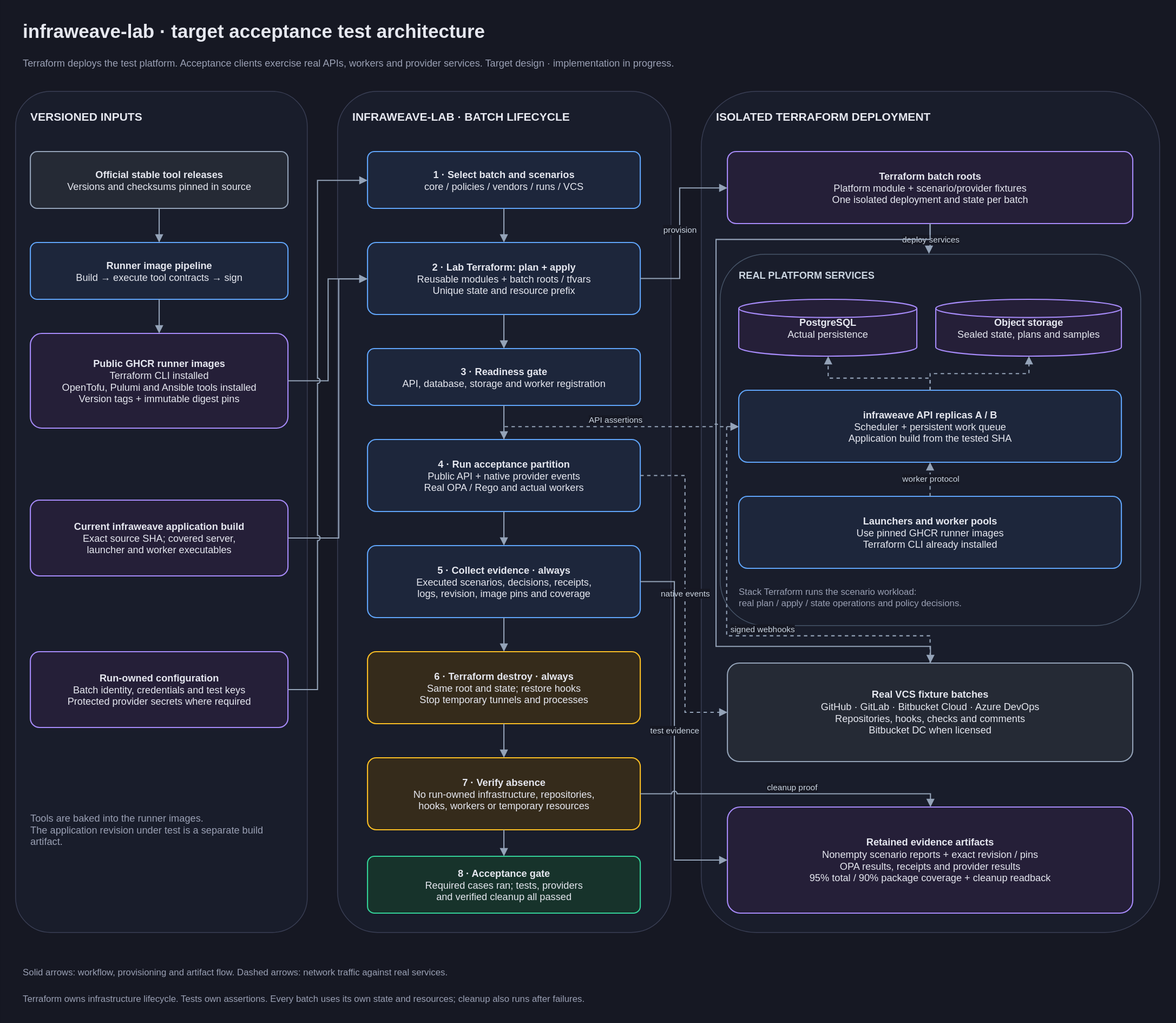
This is docs/diagrams/infraweave-lab-test-architecture.drawio.svg from weaveplatform/infraweave, a draw.io export, as it was before one commit. Source tidied: cells renumbered, new cells last; positions are measured from the earlier drawing's top-left corner, leaving out a move shared by most shapes.
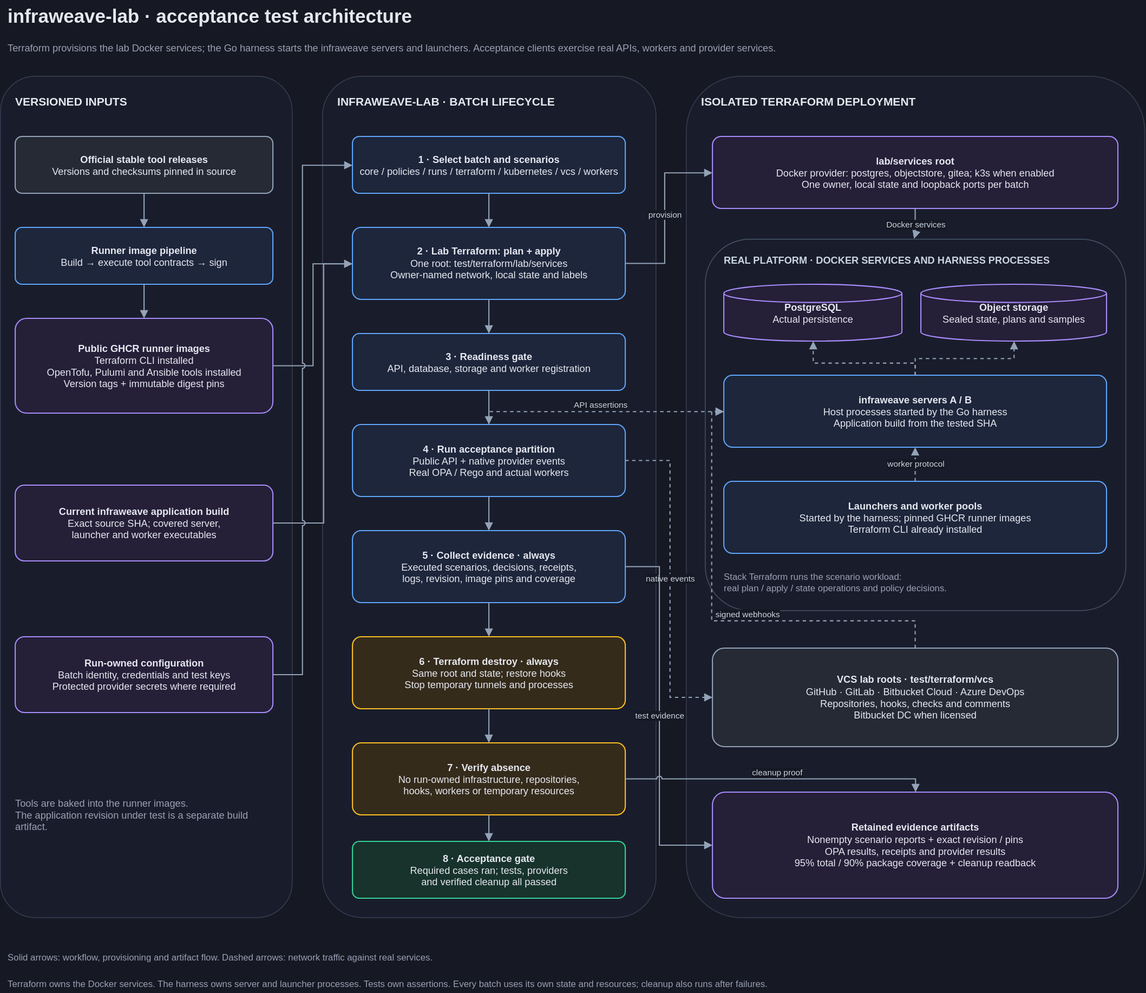
The same diagram one commit later.

Change to the diagram source:
```diff
@@ -2,10 +2,10 @@
   <root>
     <mxCell id="0" />
     <mxCell id="1" parent="0" />
-    <mxCell id="2" value="infraweave-lab · target acceptance test architecture" style="text;html=1;whiteSpace=wrap;fontFamily=Helvetica;fontSize=25;fontColor=#e6e8f0;align=left;verticalAlign=middle;spacing=0;fontStyle=1;" parent="1" vertex="1">
+    <mxCell id="2" value="infraweave-lab · acceptance test architecture" style="text;html=1;whiteSpace=wrap;fontFamily=Helvetica;fontSize=25;fontColor=#e6e8f0;align=left;verticalAlign=middle;spacing=0;fontStyle=1;" parent="1" vertex="1">
       <mxGeometry x="10" width="1450" height="40" as="geometry" />
     </mxCell>
-    <mxCell id="3" value="Terraform deploys the test platform. Acceptance clients exercise real APIs, workers and provider services. Target design · implementation in progress." style="text;html=1;whiteSpace=wrap;fontFamily=Helvetica;fontSize=13;fontColor=#9aa0b4;align=left;verticalAlign=middle;spacing=0;fontStyle=0;" parent="1" vertex="1">
+    <mxCell id="3" value="Terraform provisions the lab Docker services; the Go harness starts the infraweave servers and launchers. Acceptance clients exercise real APIs, workers and provider services." style="text;html=1;whiteSpace=wrap;fontFamily=Helvetica;fontSize=13;fontColor=#9aa0b4;align=left;verticalAlign=middle;spacing=0;fontStyle=0;" parent="1" vertex="1">
       <mxGeometry x="10" y="48" width="1450" height="30" as="geometry" />
     </mxCell>
     <mxCell id="4" style="rounded=1;arcSize=12;whiteSpace=wrap;html=1;fontFamily=Helvetica;fontSize=13;fontColor=#e6e8f0;strokeWidth=1.5;spacing=10;fillColor=#191d2b;strokeColor=#3a3f55;strokeWidth=1;" parent="1" vertex="1">
@@ -44,10 +44,10 @@
     <mxCell id="15" value="Tools are baked into the runner images.&lt;br&gt;The application revision under test is a separate build artifact." style="text;html=1;whiteSpace=wrap;fontFamily=Helvetica;fontSize=13;fontColor=#9aa0b4;align=left;verticalAlign=middle;spacing=0;fontStyle=0;" parent="1" vertex="1">
       <mxGeometry x="20" y="1030" width="340" height="90" as="geometry" />
     </mxCell>
-    <mxCell id="16" value="&lt;b&gt;1 · Select batch and scenarios&lt;/b&gt;&lt;br&gt;core / policies / vendors / runs / VCS" style="rounded=1;arcSize=12;whiteSpace=wrap;html=1;fontFamily=Helvetica;fontSize=13;fontColor=#e6e8f0;strokeWidth=1.5;spacing=10;fillColor=#1d263b;strokeColor=#60a5fa;" parent="1" vertex="1">
+    <mxCell id="16" value="&lt;b&gt;1 · Select batch and scenarios&lt;/b&gt;&lt;br&gt;core / policies / runs / terraform / kubernetes / vcs / workers" style="rounded=1;arcSize=12;whiteSpace=wrap;html=1;fontFamily=Helvetica;fontSize=13;fontColor=#e6e8f0;strokeWidth=1.5;spacing=10;fillColor=#1d263b;strokeColor=#60a5fa;" parent="1" vertex="1">
       <mxGeometry x="465" y="180" width="360" height="75" as="geometry" />
     </mxCell>
-    <mxCell id="17" value="&lt;b&gt;2 · Lab Terraform: plan + apply&lt;/b&gt;&lt;br&gt;Reusable modules + batch roots / tfvars&lt;br&gt;Unique state and resource prefix" style="rounded=1;arcSize=12;whiteSpace=wrap;html=1;fontFamily=Helvetica;fontSize=13;fontColor=#e6e8f0;strokeWidth=1.5;spacing=10;fillColor=#1d263b;strokeColor=#60a5fa;" parent="1" vertex="1">
+    <mxCell id="17" value="&lt;b&gt;2 · Lab Terraform: plan + apply&lt;/b&gt;&lt;br&gt;One root: test/terraform/lab/services&lt;br&gt;Owner-named network, local state and labels" style="rounded=1;arcSize=12;whiteSpace=wrap;html=1;fontFamily=Helvetica;fontSize=13;fontColor=#e6e8f0;strokeWidth=1.5;spacing=10;fillColor=#1d263b;strokeColor=#60a5fa;" parent="1" vertex="1">
       <mxGeometry x="465" y="300" width="360" height="95" as="geometry" />
     </mxCell>
     <mxCell id="18" value="&lt;b&gt;3 · Readiness gate&lt;/b&gt;&lt;br&gt;API, database, storage and worker registration" style="rounded=1;arcSize=12;whiteSpace=wrap;html=1;fontFamily=Helvetica;fontSize=13;fontColor=#e6e8f0;strokeWidth=1.5;spacing=10;fillColor=#1d263b;strokeColor=#60a5fa;" parent="1" vertex="1">
@@ -68,13 +68,13 @@
     <mxCell id="23" value="&lt;b&gt;8 · Acceptance gate&lt;/b&gt;&lt;br&gt;Required cases ran; tests, providers&lt;br&gt;and verified cleanup all passed" style="rounded=1;arcSize=12;whiteSpace=wrap;html=1;fontFamily=Helvetica;fontSize=13;fontColor=#e6e8f0;strokeWidth=1.5;spacing=10;fillColor=#17332b;strokeColor=#34d399;" parent="1" vertex="1">
       <mxGeometry x="465" y="1110" width="360" height="75" as="geometry" />
     </mxCell>
-    <mxCell id="24" value="&lt;b&gt;Terraform batch roots&lt;/b&gt;&lt;br&gt;Platform module + scenario/provider fixtures&lt;br&gt;One isolated deployment and state per batch" style="rounded=1;arcSize=12;whiteSpace=wrap;html=1;fontFamily=Helvetica;fontSize=13;fontColor=#e6e8f0;strokeWidth=1.5;spacing=10;fillColor=#251f38;strokeColor=#a78bfa;" parent="1" vertex="1">
+    <mxCell id="24" value="&lt;b&gt;lab/services root&lt;/b&gt;&lt;br&gt;Docker provider: postgres, objectstore, gitea; k3s when enabled&lt;br&gt;One owner, local state and loopback ports per batch" style="rounded=1;arcSize=12;whiteSpace=wrap;html=1;fontFamily=Helvetica;fontSize=13;fontColor=#e6e8f0;strokeWidth=1.5;spacing=10;fillColor=#251f38;strokeColor=#a78bfa;" parent="1" vertex="1">
       <mxGeometry x="940" y="180" width="535" height="95" as="geometry" />
     </mxCell>
     <mxCell id="25" style="rounded=1;arcSize=12;whiteSpace=wrap;html=1;fontFamily=Helvetica;fontSize=13;fontColor=#e6e8f0;strokeWidth=1.5;spacing=10;fillColor=#191d2b;strokeColor=#3a3f55;dashed=0;strokeColor=#475569;strokeWidth=1;" parent="1" vertex="1">
       <mxGeometry x="930" y="315" width="555" height="490" as="geometry" />
     </mxCell>
-    <mxCell id="26" value="REAL PLATFORM SERVICES" style="text;html=1;whiteSpace=wrap;fontFamily=Helvetica;fontSize=13;fontColor=#cbd5e1;align=left;verticalAlign=middle;spacing=0;fontStyle=1;" parent="1" vertex="1">
+    <mxCell id="26" value="REAL PLATFORM · DOCKER SERVICES AND HARNESS PROCESSES" style="text;html=1;whiteSpace=wrap;fontFamily=Helvetica;fontSize=13;fontColor=#cbd5e1;align=left;verticalAlign=middle;spacing=0;fontStyle=1;" parent="1" vertex="1">
       <mxGeometry x="955" y="330" width="510" height="25" as="geometry" />
     </mxCell>
     <mxCell id="27" value="&lt;b&gt;PostgreSQL&lt;/b&gt;&lt;br&gt;Actual persistence" style="rounded=1;arcSize=12;whiteSpace=wrap;html=1;fontFamily=Helvetica;fontSize=13;fontColor=#e6e8f0;strokeWidth=1.5;spacing=10;fillColor=#251f38;strokeColor=#a78bfa;shape=cylinder3;size=12;" parent="1" vertex="1">
@@ -83,16 +83,16 @@
     <mxCell id="28" value="&lt;b&gt;Object storage&lt;/b&gt;&lt;br&gt;Sealed state, plans and samples" style="rounded=1;arcSize=12;whiteSpace=wrap;html=1;fontFamily=Helvetica;fontSize=13;fontColor=#e6e8f0;strokeWidth=1.5;spacing=10;fillColor=#251f38;strokeColor=#a78bfa;shape=cylinder3;size=12;" parent="1" vertex="1">
       <mxGeometry x="1215" y="375" width="245" height="75" as="geometry" />
     </mxCell>
-    <mxCell id="29" value="&lt;b&gt;infraweave API replicas A / B&lt;/b&gt;&lt;br&gt;Scheduler + persistent work queue&lt;br&gt;Application build from the tested SHA" style="rounded=1;arcSize=12;whiteSpace=wrap;html=1;fontFamily=Helvetica;fontSize=13;fontColor=#e6e8f0;strokeWidth=1.5;spacing=10;fillColor=#1d263b;strokeColor=#60a5fa;" parent="1" vertex="1">
+    <mxCell id="29" value="&lt;b&gt;infraweave servers A / B&lt;/b&gt;&lt;br&gt;Host processes started by the Go harness&lt;br&gt;Application build from the tested SHA" style="rounded=1;arcSize=12;whiteSpace=wrap;html=1;fontFamily=Helvetica;fontSize=13;fontColor=#e6e8f0;strokeWidth=1.5;spacing=10;fillColor=#1d263b;strokeColor=#60a5fa;" parent="1" vertex="1">
       <mxGeometry x="955" y="495" width="505" height="95" as="geometry" />
     </mxCell>
-    <mxCell id="30" value="&lt;b&gt;Launchers and worker pools&lt;/b&gt;&lt;br&gt;Use pinned GHCR runner images&lt;br&gt;Terraform CLI already installed" style="rounded=1;arcSize=12;whiteSpace=wrap;html=1;fontFamily=Helvetica;fontSize=13;fontColor=#e6e8f0;strokeWidth=1.5;spacing=10;fillColor=#1d263b;strokeColor=#60a5fa;" parent="1" vertex="1">
+    <mxCell id="30" value="&lt;b&gt;Launchers and worker pools&lt;/b&gt;&lt;br&gt;Started by the harness; pinned GHCR runner images&lt;br&gt;Terraform CLI already installed" style="rounded=1;arcSize=12;whiteSpace=wrap;html=1;fontFamily=Helvetica;fontSize=13;fontColor=#e6e8f0;strokeWidth=1.5;spacing=10;fillColor=#1d263b;strokeColor=#60a5fa;" parent="1" vertex="1">
       <mxGeometry x="955" y="635" width="505" height="95" as="geometry" />
     </mxCell>
     <mxCell id="31" value="Stack Terraform runs the scenario workload:&lt;br&gt;real plan / apply / state operations and policy decisions." style="text;html=1;whiteSpace=wrap;fontFamily=Helvetica;fontSize=12;fontColor=#9aa0b4;align=left;verticalAlign=middle;spacing=0;fontStyle=0;" parent="1" vertex="1">
       <mxGeometry x="955" y="745" width="500" height="45" as="geometry" />
     </mxCell>
-    <mxCell id="32" value="&lt;b&gt;Real VCS fixture batches&lt;/b&gt;&lt;br&gt;GitHub · GitLab · Bitbucket Cloud · Azure DevOps&lt;br&gt;Repositories, hooks, checks and comments&lt;br&gt;Bitbucket DC when licensed" style="rounded=1;arcSize=12;whiteSpace=wrap;html=1;fontFamily=Helvetica;fontSize=13;fontColor=#e6e8f0;strokeWidth=1.5;spacing=10;fillColor=#252a35;strokeColor=#94a3b8;" parent="1" vertex="1">
+    <mxCell id="32" value="&lt;b&gt;VCS lab roots · test/terraform/vcs&lt;/b&gt;&lt;br&gt;GitHub · GitLab · Bitbucket Cloud · Azure DevOps&lt;br&gt;Repositories, hooks, checks and comments&lt;br&gt;Bitbucket DC when licensed" style="rounded=1;arcSize=12;whiteSpace=wrap;html=1;fontFamily=Helvetica;fontSize=13;fontColor=#e6e8f0;strokeWidth=1.5;spacing=10;fillColor=#252a35;strokeColor=#94a3b8;" parent="1" vertex="1">
       <mxGeometry x="940" y="855" width="535" height="130" as="geometry" />
     </mxCell>
     <mxCell id="33" value="&lt;b&gt;Retained evidence artifacts&lt;/b&gt;&lt;br&gt;Nonempty scenario reports + exact revision / pins&lt;br&gt;OPA results, receipts and provider results&lt;br&gt;95% total / 90% package coverage + cleanup readback" style="rounded=1;arcSize=12;whiteSpace=wrap;html=1;fontFamily=Helvetica;fontSize=13;fontColor=#e6e8f0;strokeWidth=1.5;spacing=10;fillColor=#251f38;strokeColor=#a78bfa;" parent="1" vertex="1">
@@ -157,7 +157,7 @@
         </Array>
       </mxGeometry>
     </mxCell>
-    <mxCell id="47" value="deploy services" style="strokeColor=#94a3b8;strokeWidth=1.5;endArrow=block;endSize=7;fontFamily=Helvetica;fontSize=11;fontColor=#cbd5e1;labelBackgroundColor=#161823;dashed=0;jumpStyle=arc;jumpSize=6;labelPlacement=auto;edgeStyle=orthogonalEdgeStyle;rounded=0;libavoidRouting=1;jettySize=auto;html=1;" parent="1" edge="1" source="24" target="25">
+    <mxCell id="47" value="Docker services" style="strokeColor=#94a3b8;strokeWidth=1.5;endArrow=block;endSize=7;fontFamily=Helvetica;fontSize=11;fontColor=#cbd5e1;labelBackgroundColor=#161823;dashed=0;jumpStyle=arc;jumpSize=6;labelPlacement=auto;edgeStyle=orthogonalEdgeStyle;rounded=0;libavoidRouting=1;jettySize=auto;html=1;" parent="1" edge="1" source="24" target="25">
       <mxGeometry relative="1" as="geometry">
         <Array as="points">
           <mxPoint x="1208" y="310" />
@@ -167,16 +167,6 @@
         </Array>
       </mxGeometry>
     </mxCell>
-    <mxCell id="48" style="strokeColor=#94a3b8;strokeWidth=1.5;endArrow=block;endSize=7;fontFamily=Helvetica;fontSize=11;fontColor=#cbd5e1;labelBackgroundColor=#161823;dashed=0;jumpStyle=arc;jumpSize=6;labelPlacement=auto;edgeStyle=orthogonalEdgeStyle;rounded=0;libavoidRouting=1;jettySize=auto;html=1;" parent="1" edge="1" source="24" target="32">
-      <mxGeometry relative="1" as="geometry">
-        <Array as="points">
-          <mxPoint x="1208" y="296" />
-          <mxPoint x="925" y="296" />
-          <mxPoint x="925" y="833" />
-          <mxPoint x="1208" y="833" />
-        </Array>
-      </mxGeometry>
-    </mxCell>
     <mxCell id="49" style="strokeColor=#94a3b8;strokeWidth=1.5;endArrow=block;endSize=7;fontFamily=Helvetica;fontSize=11;fontColor=#cbd5e1;labelBackgroundColor=#161823;dashed=1;jumpStyle=arc;jumpSize=6;edgeStyle=orthogonalEdgeStyle;rounded=0;libavoidRouting=1;jettySize=auto;html=1;" parent="1" edge="1" source="29" target="27">
       <mxGeometry relative="1" as="geometry">
         <Array as="points">
@@ -238,7 +228,7 @@
     <mxCell id="57" value="Solid arrows: workflow, provisioning and artifact flow.    Dashed arrows: network traffic against real services." style="text;html=1;whiteSpace=wrap;fontFamily=Helvetica;fontSize=12;fontColor=#9aa0b4;align=left;verticalAlign=middle;spacing=0;fontStyle=0;" parent="1" vertex="1">
       <mxGeometry x="10" y="1250" width="1480" height="25" as="geometry" />
     </mxCell>
-    <mxCell id="58" value="Terraform owns infrastructure lifecycle. Tests own assertions. Every batch uses its own state and resources; cleanup also runs after failures." style="text;html=1;whiteSpace=wrap;fontFamily=Helvetica;fontSize=12;fontColor=#9aa0b4;align=left;verticalAlign=middle;spacing=0;fontStyle=0;" parent="1" vertex="1">
+    <mxCell id="58" value="Terraform owns the Docker services. The harness owns server and launcher processes. Tests own assertions. Every batch uses its own state and resources; cleanup also runs after failures." style="text;html=1;whiteSpace=wrap;fontFamily=Helvetica;fontSize=12;fontColor=#9aa0b4;align=left;verticalAlign=middle;spacing=0;fontStyle=0;" parent="1" vertex="1">
       <mxGeometry x="10" y="1285" width="1480" height="25" as="geometry" />
     </mxCell>
   </root>
```
